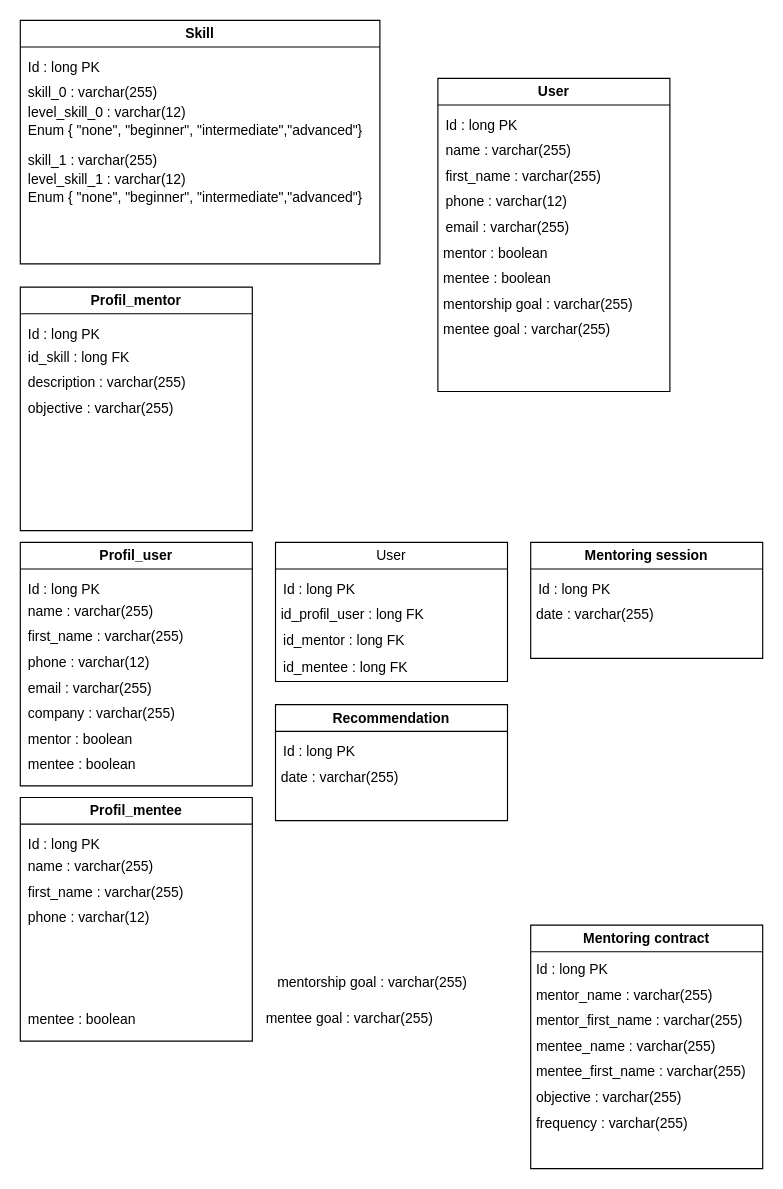
Above: Modèle de domaine/Untitled Diagram.drawio in qbeAccountPro/beraud-quentin-projet-3 (draw.io), before the change. Source tidied: cells renumbered, new cells numbered last; positions are measured from the earlier drawing's top-left corner, leaving out a move shared by most shapes. Both pictures are drawn from the tidied source at 116%, with x=0, y=0 at pixel (20, 20).
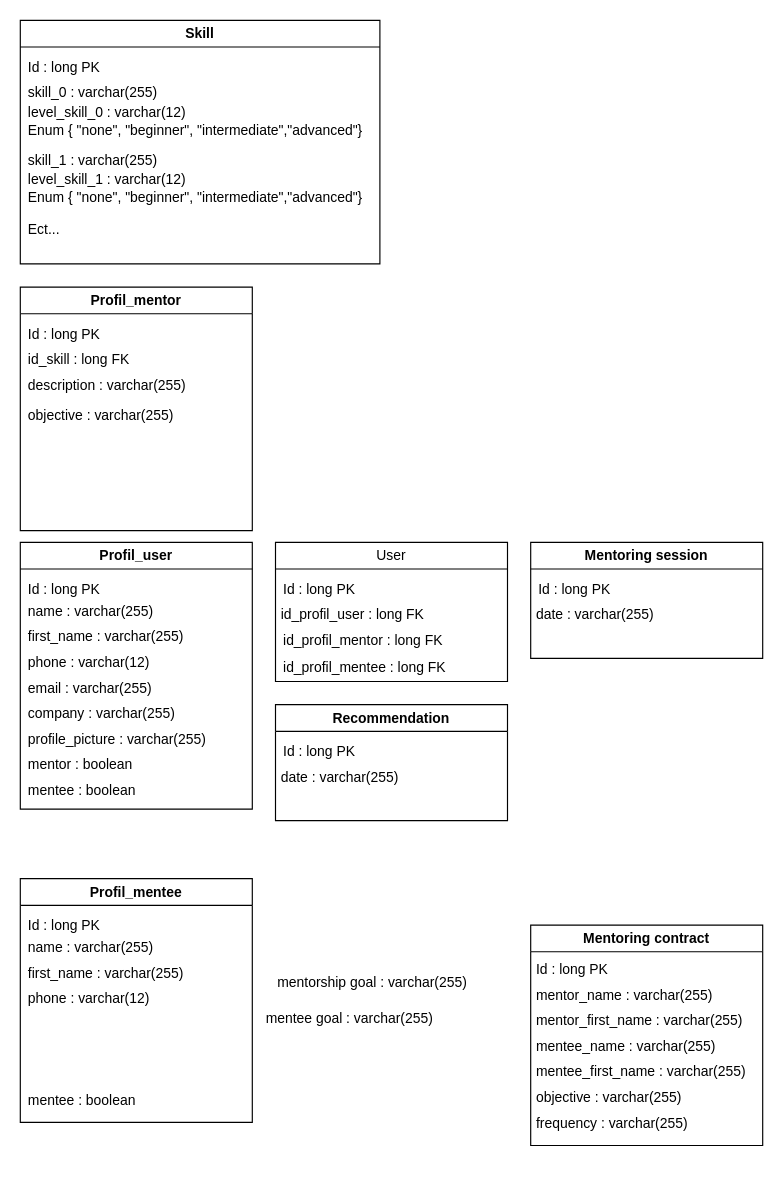
The same page after the edit.

The change refers to these unchanged cells:
```xml
<mxCell id="2" value="User" style="swimlane;whiteSpace=wrap;html=1;fontStyle=0;" parent="1" vertex="1">
  <mxGeometry x="220" y="450" width="200" height="120" as="geometry" />
</mxCell>
<mxCell id="40" value="Profil_mentor" style="swimlane;whiteSpace=wrap;html=1;" parent="1" vertex="1">
  <mxGeometry y="230" width="200" height="210" as="geometry" />
</mxCell>
<mxCell id="53" value="Skill" style="swimlane;whiteSpace=wrap;html=1;" parent="1" vertex="1">
  <mxGeometry width="310" height="210" as="geometry" />
</mxCell>
```

Diff of the diagram source:
```diff
@@
-    <mxCell id="4" value="id_mentor : long FK" style="text;html=1;strokeColor=none;fillColor=none;align=left;verticalAlign=middle;whiteSpace=wrap;rounded=0;fontStyle=0;" parent="2" vertex="1">
+    <mxCell id="4" value="id_profil_mentor : long FK" style="text;html=1;strokeColor=none;fillColor=none;align=left;verticalAlign=middle;whiteSpace=wrap;rounded=0;fontStyle=0;" parent="2" vertex="1">
       <mxGeometry x="5" y="74" width="195" height="22" as="geometry" />
     </mxCell>
-    <mxCell id="5" value="id_mentee : long FK" style="text;html=1;strokeColor=none;fillColor=none;align=left;verticalAlign=middle;whiteSpace=wrap;rounded=0;fontStyle=0;" parent="2" vertex="1">
+    <mxCell id="5" value="id_profil_mentee : long FK" style="text;html=1;strokeColor=none;fillColor=none;align=left;verticalAlign=middle;whiteSpace=wrap;rounded=0;fontStyle=0;" parent="2" vertex="1">
       <mxGeometry x="5" y="96" width="195" height="23" as="geometry" />
     </mxCell>
@@
     <mxCell id="10" value="Mentoring contract" style="swimlane;whiteSpace=wrap;html=1;startSize=23;" parent="1" vertex="1">
-      <mxGeometry x="440" y="780" width="200" height="210" as="geometry" />
+      <mxGeometry x="440" y="780" width="200" height="190" as="geometry" />
     </mxCell>
@@
-    <mxCell id="18" value="User" style="swimlane;whiteSpace=wrap;html=1;" parent="1" vertex="1">
-      <mxGeometry x="360" y="50" width="200" height="270" as="geometry" />
-    </mxCell>
-    <mxCell id="19" value="Id : long PK" style="text;html=1;strokeColor=none;fillColor=none;align=left;verticalAlign=middle;whiteSpace=wrap;rounded=0;fontStyle=0;" parent="18" vertex="1">
-      <mxGeometry x="5" y="30" width="115" height="22" as="geometry" />
-    </mxCell>
-    <mxCell id="20" value="first_name : varchar(255)" style="text;html=1;strokeColor=none;fillColor=none;align=left;verticalAlign=middle;whiteSpace=wrap;rounded=0;fontStyle=0;" parent="18" vertex="1">
-      <mxGeometry x="5" y="74" width="195" height="22" as="geometry" />
-    </mxCell>
-    <mxCell id="21" value="phone : varchar(12)" style="text;html=1;strokeColor=none;fillColor=none;align=left;verticalAlign=middle;whiteSpace=wrap;rounded=0;fontStyle=0;" parent="18" vertex="1">
-      <mxGeometry x="5" y="96" width="195" height="22" as="geometry" />
-    </mxCell>
-    <mxCell id="22" value="&lt;span style=&quot;background-color: initial;&quot;&gt;mentorship goal : varchar(255)&lt;/span&gt;" style="text;html=1;strokeColor=none;fillColor=none;align=left;verticalAlign=middle;whiteSpace=wrap;rounded=0;fontStyle=0;" parent="18" vertex="1">
-      <mxGeometry x="2.5" y="184" width="195" height="22" as="geometry" />
-    </mxCell>
-    <mxCell id="23" value="email : varchar(255)" style="text;html=1;strokeColor=none;fillColor=none;align=left;verticalAlign=middle;whiteSpace=wrap;rounded=0;fontStyle=0;" parent="18" vertex="1">
-      <mxGeometry x="5" y="118" width="195" height="22" as="geometry" />
-    </mxCell>
-    <mxCell id="24" value="&lt;span style=&quot;background-color: initial;&quot;&gt;mentee goal : varchar(255)&lt;/span&gt;" style="text;html=1;strokeColor=none;fillColor=none;align=left;verticalAlign=middle;whiteSpace=wrap;rounded=0;fontStyle=0;" parent="18" vertex="1">
-      <mxGeometry x="2.5" y="206" width="195" height="22" as="geometry" />
-    </mxCell>
-    <mxCell id="25" value="name : varchar(255)" style="text;html=1;strokeColor=none;fillColor=none;align=left;verticalAlign=middle;whiteSpace=wrap;rounded=0;fontStyle=0;" parent="18" vertex="1">
-      <mxGeometry x="5" y="52" width="125" height="22" as="geometry" />
-    </mxCell>
-    <mxCell id="26" value="&lt;span style=&quot;background-color: initial;&quot;&gt;mentor : boolean&lt;/span&gt;" style="text;html=1;strokeColor=none;fillColor=none;align=left;verticalAlign=middle;whiteSpace=wrap;rounded=0;fontStyle=0;" parent="18" vertex="1">
-      <mxGeometry x="2.5" y="140" width="195" height="22" as="geometry" />
-    </mxCell>
-    <mxCell id="27" value="&lt;span style=&quot;background-color: initial;&quot;&gt;mentee : boolean&lt;/span&gt;" style="text;html=1;strokeColor=none;fillColor=none;align=left;verticalAlign=middle;whiteSpace=wrap;rounded=0;fontStyle=0;" parent="18" vertex="1">
-      <mxGeometry x="2.5" y="162" width="195" height="22" as="geometry" />
-    </mxCell>
     <mxCell id="28" value="Profil_user" style="swimlane;whiteSpace=wrap;html=1;" parent="1" vertex="1">
-      <mxGeometry y="450" width="200" height="210" as="geometry" />
+      <mxGeometry y="450" width="200" height="230" as="geometry" />
     </mxCell>
@@
     <mxCell id="34" value="&lt;span style=&quot;background-color: initial;&quot;&gt;mentor : boolean&lt;/span&gt;" style="text;html=1;strokeColor=none;fillColor=none;align=left;verticalAlign=middle;whiteSpace=wrap;rounded=0;fontStyle=0;" parent="28" vertex="1">
-      <mxGeometry x="5" y="159" width="195" height="22" as="geometry" />
+      <mxGeometry x="5" y="181" width="195" height="22" as="geometry" />
     </mxCell>
     <mxCell id="35" value="&lt;span style=&quot;background-color: initial;&quot;&gt;mentee : boolean&lt;/span&gt;" style="text;html=1;strokeColor=none;fillColor=none;align=left;verticalAlign=middle;whiteSpace=wrap;rounded=0;fontStyle=0;" parent="28" vertex="1">
-      <mxGeometry x="5" y="181" width="195" height="22" as="geometry" />
+      <mxGeometry x="5" y="203" width="195" height="22" as="geometry" />
     </mxCell>
@@
+    <mxCell id="59" value="profile_picture : varchar(255)" style="text;html=1;strokeColor=none;fillColor=none;align=left;verticalAlign=middle;whiteSpace=wrap;rounded=0;fontStyle=0;" parent="28" vertex="1">
+      <mxGeometry x="5" y="159" width="175" height="22" as="geometry" />
+    </mxCell>
@@
     <mxCell id="42" value="id_skill : long FK" style="text;html=1;strokeColor=none;fillColor=none;align=left;verticalAlign=middle;whiteSpace=wrap;rounded=0;fontStyle=0;" parent="40" vertex="1">
-      <mxGeometry x="5" y="50" width="125" height="22" as="geometry" />
+      <mxGeometry x="5" y="52" width="125" height="22" as="geometry" />
     </mxCell>
     <mxCell id="43" value="description : varchar(255)" style="text;html=1;strokeColor=none;fillColor=none;align=left;verticalAlign=middle;whiteSpace=wrap;rounded=0;fontStyle=0;" parent="40" vertex="1">
-      <mxGeometry x="5" y="72" width="175" height="22" as="geometry" />
+      <mxGeometry x="5" y="74" width="175" height="22" as="geometry" />
     </mxCell>
     <mxCell id="44" value="objective : varchar(255)" style="text;html=1;strokeColor=none;fillColor=none;align=left;verticalAlign=middle;whiteSpace=wrap;rounded=0;fontStyle=0;" parent="40" vertex="1">
-      <mxGeometry x="5" y="94" width="175" height="22" as="geometry" />
+      <mxGeometry x="5" y="100" width="175" height="22" as="geometry" />
     </mxCell>
     <mxCell id="45" value="Profil_mentee" style="swimlane;whiteSpace=wrap;html=1;" parent="1" vertex="1">
-      <mxGeometry y="670" width="200" height="210" as="geometry" />
+      <mxGeometry y="740" width="200" height="210" as="geometry" />
     </mxCell>
@@
+    <mxCell id="60" value="Ect..." style="text;html=1;strokeColor=none;fillColor=none;align=left;verticalAlign=middle;whiteSpace=wrap;rounded=0;fontStyle=0;" parent="53" vertex="1">
+      <mxGeometry x="5" y="170" width="175" height="22" as="geometry" />
+    </mxCell>
```
